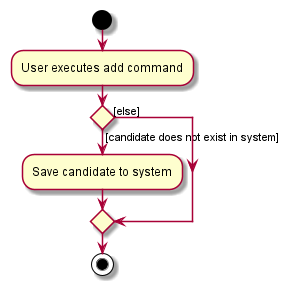
The PlantUML diagram docs/images/AddActivityDiagram.png in nus-cs2103-AY2122S2/tp, before a commit.
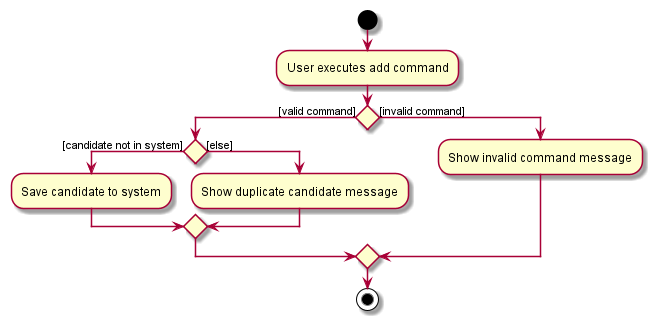
The same file after the commit.

What changed in the source:
```diff
@@ -3,9 +3,14 @@
 start
 :User executes add command;
 
-if () then ([candidate does not exist in system])
-    :Save candidate to system;
-else ([else])
+if () then ([valid command])
+    if () then ([candidate not in system])
+        :Save candidate to system;
+    else ([else])
+        :Show duplicate candidate message;
+    endif
+else ([invalid command])
+    :Show invalid command message;
 endif
 stop
 
```
